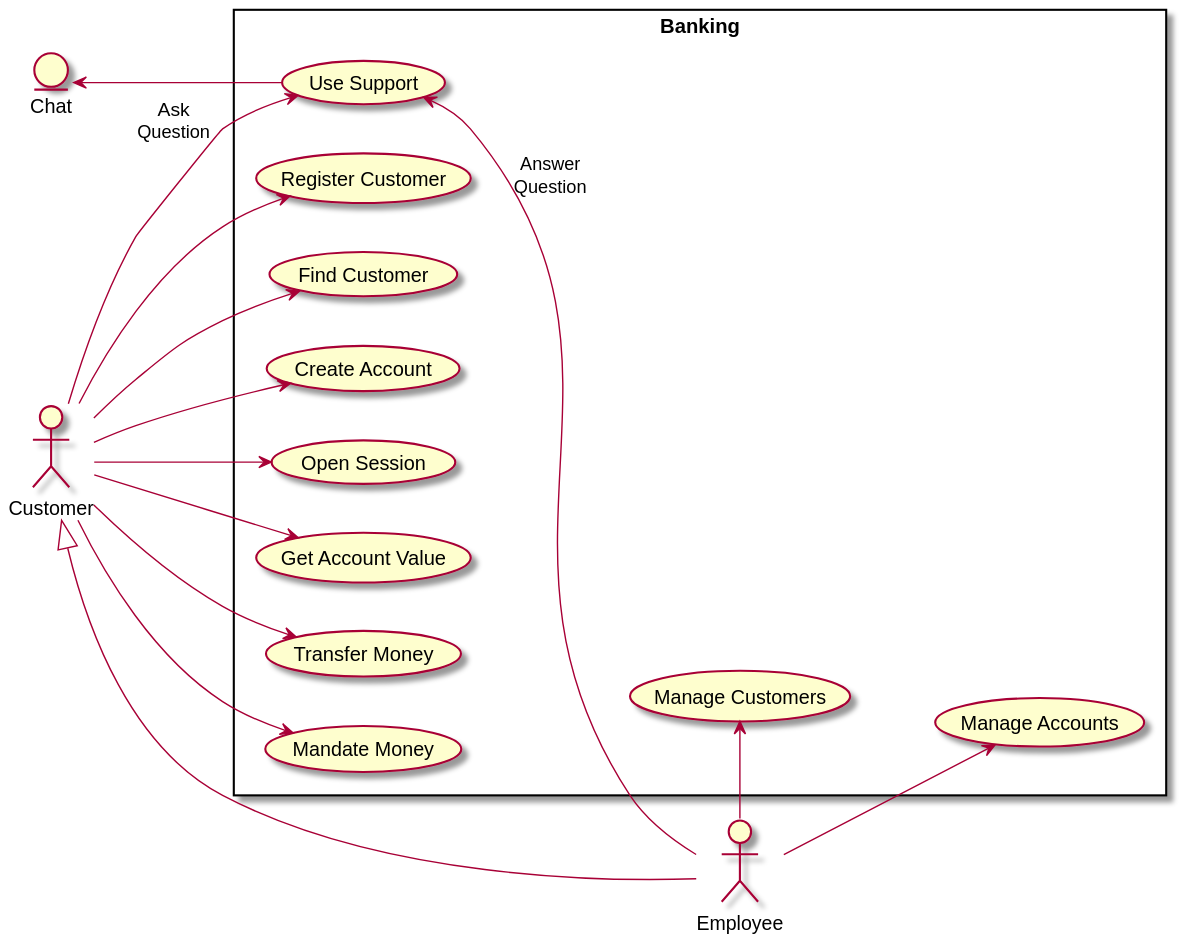
Above: documentation/diagrams/generatedDiagrams/DiagramUseCase_BankingService.svg in SteffBauer/sw_project (PlantUML), before the change.
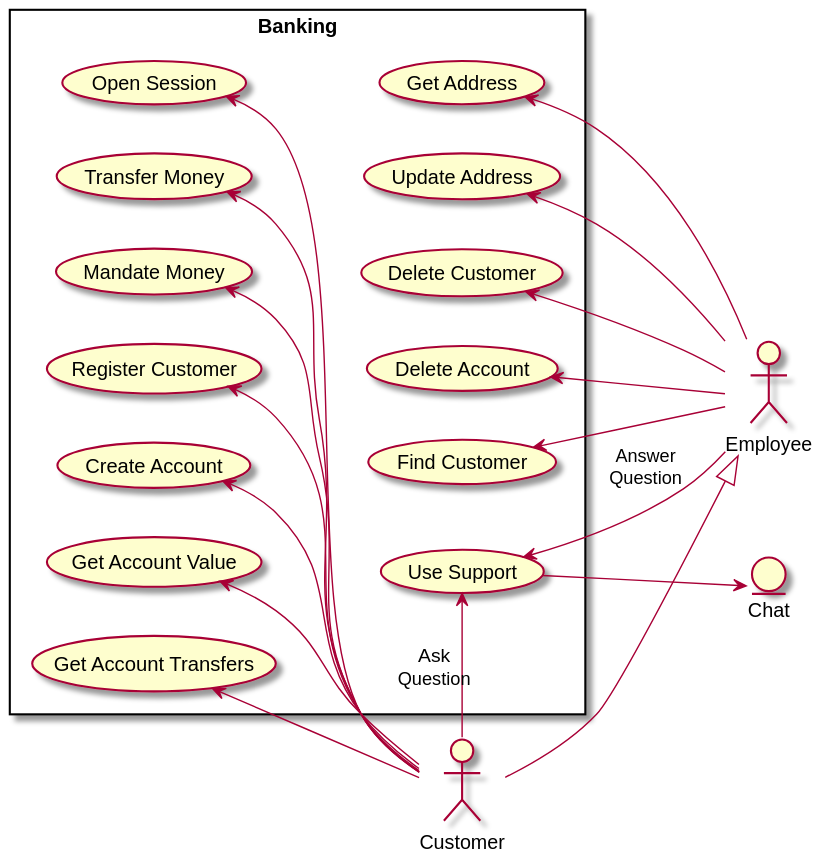
Later version of the same file.

Commit message:
Generated new use case diagram worked on use cases for the customer

What changed in the source:
```diff
@@ -5,53 +5,65 @@
 actor "Customer" as c
 actor "Employee" as e
 
-c <|-- e
+e <|-up- c
 
 entity "Chat" as chat
 
 
 rectangle Banking {
-  usecase "Use Support" as uc4
 
-  usecase "Register Customer" as uc1
-  usecase "Find Customer" as uc2
-  usecase "Create Account" as uc3
-  usecase "Manage Customers" as uc9
-  usecase "Manage Accounts" as uc10
+  usecase "Register Customer" as uc11
+  usecase "Find Customer" as uc12
+  usecase "Delete Customer" as uc13
+  usecase "Get Address" as uc14
+  usecase "Update Address" as uc15
+  usecase "Create Account" as uc16
+  usecase "Delete Account" as uc17
+
+  usecase "Open Session" as uc21
+
+  usecase "Use Support" as uc31
 
 
-  usecase "Open Session" as uc5
-  usecase "Get Account Value" as uc6
-  usecase "Transfer Money" as uc7
-  usecase "Mandate Money" as uc8
+  usecase "Get Account Value" as uc41
+  usecase "Get Account Transfers" as uc42
+  usecase "Transfer Money" as uc43
+  usecase "Mandate Money" as uc44
 
 
 
 }
 
-chat <-- uc4
+uc11 <-- c
+uc16 <-- c
+
+e --> uc12
+e --> uc13
+e --> uc14
+e --> uc15
+e --> uc17
 
 
-c --> uc1
-c --> uc2
-c --> uc3
+uc21 <-- c
 
 
-c --> uc5
-c --> uc6
-c --> uc7
-c --> uc8
+uc31 --> chat
+uc31 <-- c : Ask\nQuestion
+e --> uc31 : Answer\nQuestion
 
 
+uc41 <-- c
+uc42 <-- c
+uc43 <-- c
+uc44 <-- c
 
-e-up->uc9
-e-->uc10
-
-
-uc8 -[hidden]- uc9
-uc9 -[hidden]- uc10
-
-c --> uc4 : Ask\nQuestion
-e --> uc4 : Answer\nQuestion
+uc21 -[hidden]-> uc12
+uc21 -[hidden]-> uc13
+uc21 -[hidden]-> uc14
+uc21 -[hidden]-> uc15
+uc21 -[hidden]-> uc17
+uc31 -[hidden]> uc17
+e -[hidden]> chat
+chat -[hidden]> c
 
 @enduml
```
